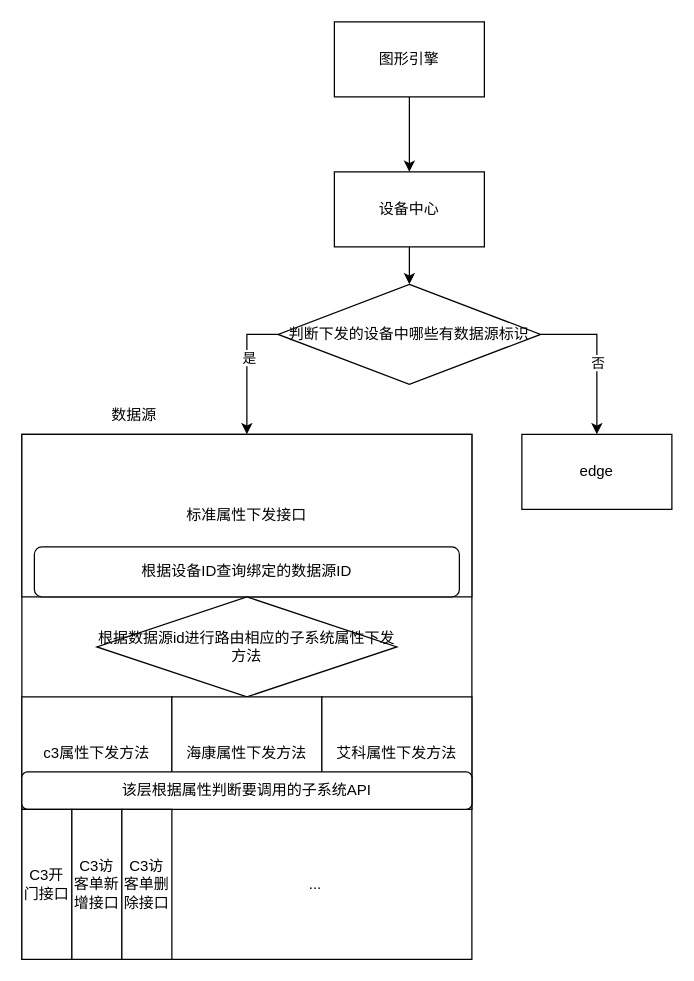
The draw.io diagram 设备中心下发到数据源具体实现.drawio in 876192453/draw, before the edit. Source tidied: cells renumbered, new cells numbered last; positions are measured from the earlier drawing's top-left corner, leaving out a move shared by most shapes. Both pictures are drawn from the tidied source at 125%, with x=0, y=0 at pixel (21, 21).
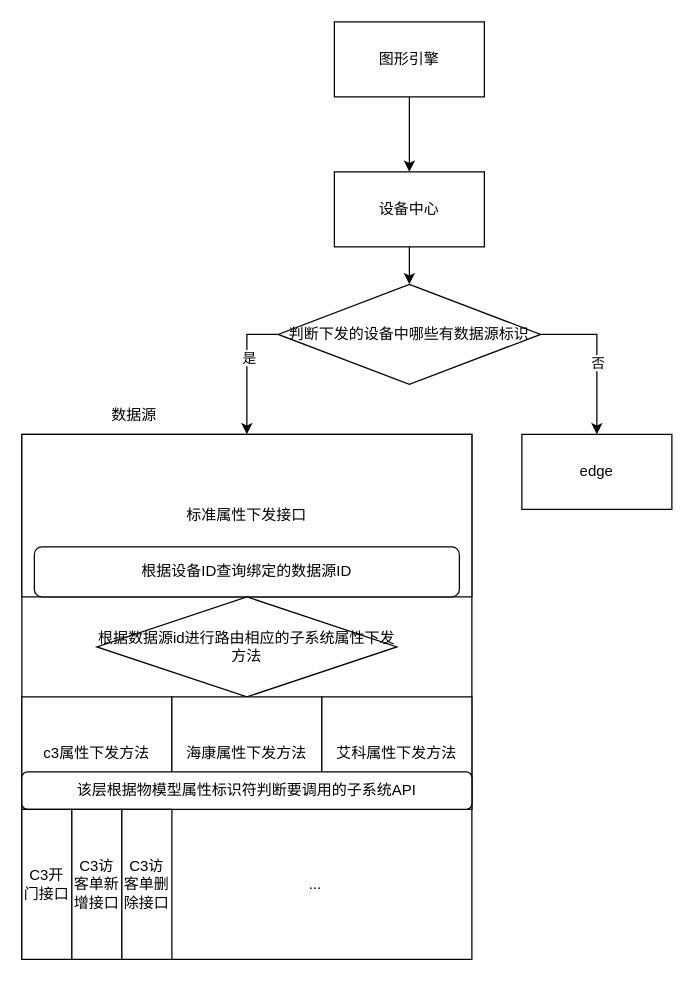
After the change.

Commit message (it also covers changes not shown here):
更新设备中心下发到数据源具体实现.drawio

The edit, as a diff of the source:
```diff
@@
-    <mxCell id="20" value="该层根据属性判断要调用的子系统API" style="rounded=1;whiteSpace=wrap;html=1;" parent="1" vertex="1">
+    <mxCell id="20" value="该层根据物模型属性标识符判断要调用的子系统API" style="rounded=1;whiteSpace=wrap;html=1;" parent="1" vertex="1">
       <mxGeometry y="600" width="360" height="30" as="geometry" />
     </mxCell>
```
